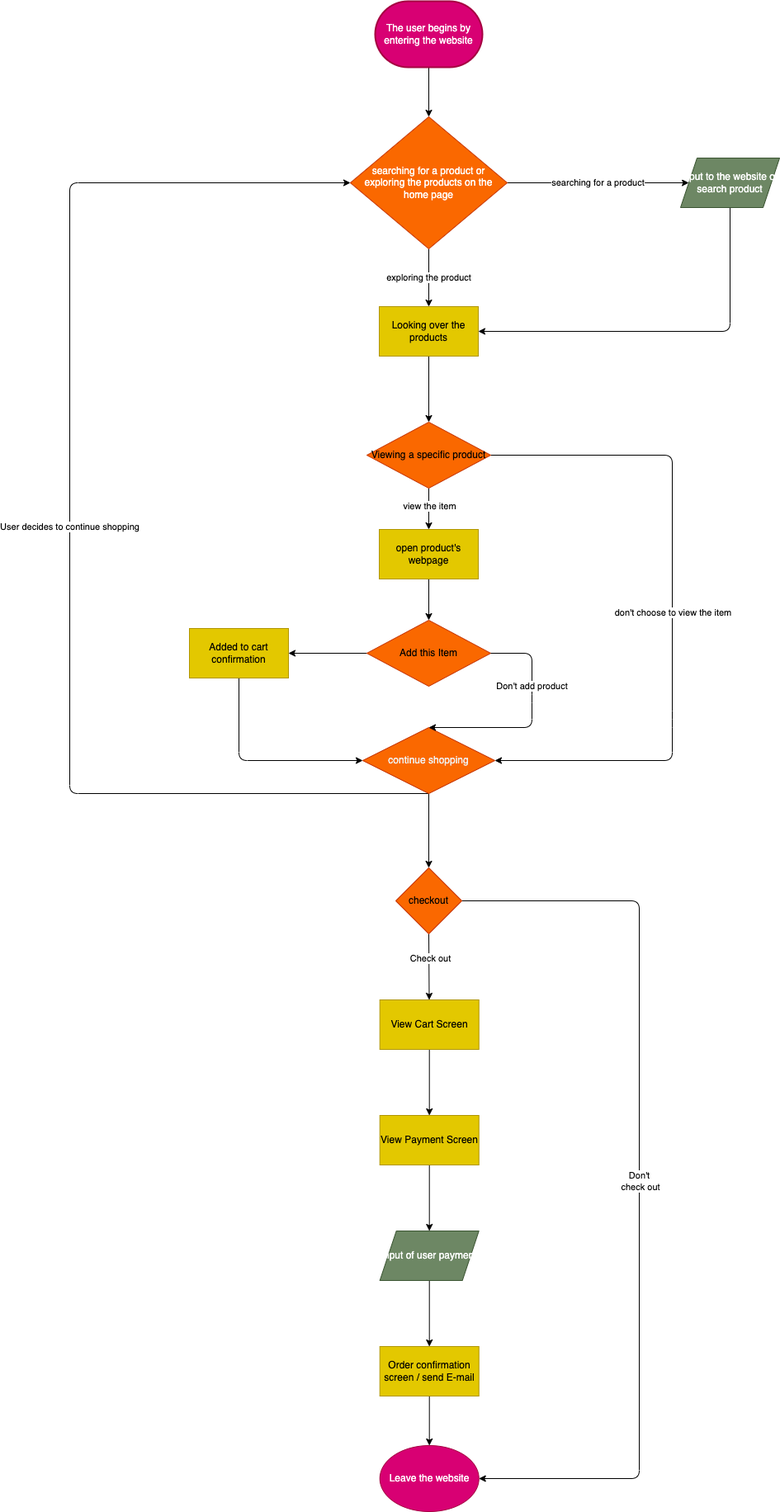
Earlier version of the draw.io export explore/diagramming/diagram.drawio.png (JongminKim292/fa22-cse110-lab4). Source tidied: cells renumbered, new cells last; positions are measured from the earlier drawing's top-left corner, leaving out a move shared by most shapes. The source it was exported from:
```xml
<mxGraphModel>
  <root>
    <mxCell id="0" />
    <mxCell id="1" parent="0" />
    <mxCell id="2" style="edgeStyle=none;html=1;" parent="1" edge="1" source="3" target="6">
      <mxGeometry relative="1" as="geometry" />
    </mxCell>
    <mxCell id="3" value="The user begins by entering the website" style="strokeWidth=2;html=1;shape=mxgraph.flowchart.terminator;whiteSpace=wrap;fillColor=#d80073;fontColor=#ffffff;strokeColor=#A50040;" parent="1" vertex="1">
      <mxGeometry x="370" width="130" height="80" as="geometry" />
    </mxCell>
    <mxCell id="4" value="searching for a product" style="edgeStyle=none;html=1;" parent="1" edge="1" source="6">
      <mxGeometry relative="1" as="geometry">
        <mxPoint x="750" y="220" as="targetPoint" />
      </mxGeometry>
    </mxCell>
    <mxCell id="5" value="exploring the product" style="edgeStyle=none;html=1;" parent="1" edge="1" source="6" target="10">
      <mxGeometry relative="1" as="geometry" />
    </mxCell>
    <mxCell id="6" value="&lt;span style=&quot;font-family: &amp;#34;helvetica&amp;#34; ; font-size: 12px ; font-style: normal ; font-weight: 400 ; letter-spacing: normal ; text-align: center ; text-indent: 0px ; text-transform: none ; word-spacing: 0px ; display: inline ; float: none&quot;&gt;&lt;font color=&quot;#ffffff&quot;&gt;searching for a product or exploring the products on the home page&lt;/font&gt;&lt;/span&gt;" style="rhombus;whiteSpace=wrap;html=1;fillColor=#fa6800;fontColor=#000000;strokeColor=#C73500;" parent="1" vertex="1">
      <mxGeometry x="340" y="140" width="190" height="160" as="geometry" />
    </mxCell>
    <mxCell id="7" style="edgeStyle=none;html=1;exitX=0.5;exitY=1;exitDx=0;exitDy=0;entryX=1;entryY=0.5;entryDx=0;entryDy=0;" parent="1" edge="1" source="8" target="10">
      <mxGeometry relative="1" as="geometry">
        <Array as="points">
          <mxPoint x="800" y="400" />
        </Array>
      </mxGeometry>
    </mxCell>
    <mxCell id="8" value="input to the website of search product" style="shape=parallelogram;perimeter=parallelogramPerimeter;whiteSpace=wrap;html=1;fixedSize=1;fillColor=#6d8764;fontColor=#ffffff;strokeColor=#3A5431;" parent="1" vertex="1">
      <mxGeometry x="740" y="190" width="120" height="60" as="geometry" />
    </mxCell>
    <mxCell id="9" style="edgeStyle=none;html=1;" parent="1" edge="1" source="10" target="15">
      <mxGeometry relative="1" as="geometry" />
    </mxCell>
    <mxCell id="10" value="Looking over the products" style="rounded=0;whiteSpace=wrap;html=1;fillColor=#e3c800;fontColor=#000000;strokeColor=#B09500;" parent="1" vertex="1">
      <mxGeometry x="375" y="370" width="120" height="60" as="geometry" />
    </mxCell>
    <mxCell id="11" style="edgeStyle=none;html=1;exitX=1;exitY=0.5;exitDx=0;exitDy=0;entryX=1;entryY=0.5;entryDx=0;entryDy=0;" parent="1" edge="1" source="15" target="18">
      <mxGeometry relative="1" as="geometry">
        <Array as="points">
          <mxPoint x="730" y="550" />
          <mxPoint x="730" y="870" />
          <mxPoint x="730" y="920" />
        </Array>
      </mxGeometry>
    </mxCell>
    <mxCell id="12" value="don't choose to view the item&lt;br&gt;" style="edgeLabel;html=1;align=center;verticalAlign=middle;" parent="11" vertex="1">
      <mxGeometry x="-0.82" relative="1" as="geometry">
        <mxPoint x="149" y="190" as="offset" />
      </mxGeometry>
    </mxCell>
    <mxCell id="13" style="edgeStyle=none;html=1;" parent="1" edge="1" source="15" target="23">
      <mxGeometry relative="1" as="geometry" />
    </mxCell>
    <mxCell id="14" value="view the item" style="edgeLabel;html=1;align=center;verticalAlign=middle;" parent="13" vertex="1">
      <mxGeometry x="-0.16" relative="1" as="geometry" />
    </mxCell>
    <mxCell id="15" value="Viewing a specific product" style="rhombus;whiteSpace=wrap;html=1;fillColor=#fa6800;fontColor=#000000;strokeColor=#C73500;" parent="1" vertex="1">
      <mxGeometry x="360" y="510" width="150" height="80" as="geometry" />
    </mxCell>
    <mxCell id="16" value="User decides to continue shopping" style="edgeStyle=none;html=1;exitX=0.5;exitY=1;exitDx=0;exitDy=0;entryX=0;entryY=0.5;entryDx=0;entryDy=0;" parent="1" edge="1" source="18" target="6">
      <mxGeometry relative="1" as="geometry">
        <Array as="points">
          <mxPoint y="960" />
          <mxPoint y="220" />
        </Array>
      </mxGeometry>
    </mxCell>
    <mxCell id="17" style="edgeStyle=none;html=1;" parent="1" edge="1" source="18">
      <mxGeometry relative="1" as="geometry">
        <mxPoint x="435" y="1050" as="targetPoint" />
      </mxGeometry>
    </mxCell>
    <mxCell id="18" value="&lt;span style=&quot;color: rgb(240 , 240 , 240) ; font-family: &amp;#34;helvetica&amp;#34; ; font-size: 12px ; font-style: normal ; font-weight: 400 ; letter-spacing: normal ; text-align: center ; text-indent: 0px ; text-transform: none ; word-spacing: 0px ; display: inline ; float: none&quot;&gt;continue shopping&lt;/span&gt;" style="rhombus;whiteSpace=wrap;html=1;fillColor=#fa6800;fontColor=#000000;strokeColor=#C73500;" parent="1" vertex="1">
      <mxGeometry x="355" y="880" width="160" height="80" as="geometry" />
    </mxCell>
    <mxCell id="19" style="edgeStyle=none;html=1;" parent="1" edge="1" source="20" target="25">
      <mxGeometry relative="1" as="geometry" />
    </mxCell>
    <mxCell id="20" value="Add this Item" style="rhombus;whiteSpace=wrap;html=1;fillColor=#fa6800;fontColor=#000000;strokeColor=#C73500;" parent="1" vertex="1">
      <mxGeometry x="360" y="750" width="150" height="80" as="geometry" />
    </mxCell>
    <mxCell id="21" value="Don't add product" style="endArrow=classic;html=1;exitX=1;exitY=0.5;exitDx=0;exitDy=0;entryX=0.5;entryY=0;entryDx=0;entryDy=0;" parent="1" edge="1" source="20" target="18">
      <mxGeometry x="-0.32" relative="1" as="geometry">
        <Array as="points">
          <mxPoint x="560" y="790" />
          <mxPoint x="560" y="840" />
          <mxPoint x="560" y="880" />
        </Array>
      </mxGeometry>
    </mxCell>
    <mxCell id="22" style="edgeStyle=none;html=1;" parent="1" edge="1" source="23" target="20">
      <mxGeometry relative="1" as="geometry" />
    </mxCell>
    <mxCell id="23" value="open product's webpage" style="rounded=0;whiteSpace=wrap;html=1;fillColor=#e3c800;fontColor=#000000;strokeColor=#B09500;" parent="1" vertex="1">
      <mxGeometry x="375" y="640" width="120" height="60" as="geometry" />
    </mxCell>
    <mxCell id="24" style="edgeStyle=none;html=1;exitX=0.5;exitY=1;exitDx=0;exitDy=0;" parent="1" edge="1" source="25" target="18">
      <mxGeometry relative="1" as="geometry">
        <Array as="points">
          <mxPoint x="205" y="920" />
        </Array>
      </mxGeometry>
    </mxCell>
    <mxCell id="25" value="Added to cart confirmation" style="whiteSpace=wrap;html=1;fillColor=#e3c800;fontColor=#000000;strokeColor=#B09500;" parent="1" vertex="1">
      <mxGeometry x="145" y="760" width="120" height="60" as="geometry" />
    </mxCell>
    <mxCell id="26" style="edgeStyle=none;html=1;exitX=0.5;exitY=1;exitDx=0;exitDy=0;" parent="1" edge="1" source="29" target="31">
      <mxGeometry relative="1" as="geometry" />
    </mxCell>
    <mxCell id="27" value="Check out" style="edgeLabel;html=1;align=center;verticalAlign=middle;" parent="26" vertex="1">
      <mxGeometry x="-0.25" y="1" relative="1" as="geometry" />
    </mxCell>
    <mxCell id="28" value="Don't&lt;br&gt;&amp;nbsp;check out" style="edgeStyle=none;html=1;exitX=1;exitY=0.5;exitDx=0;exitDy=0;entryX=1;entryY=0.5;entryDx=0;entryDy=0;" parent="1" edge="1" source="29" target="38">
      <mxGeometry relative="1" as="geometry">
        <Array as="points">
          <mxPoint x="690" y="1090" />
          <mxPoint x="690" y="1790" />
        </Array>
      </mxGeometry>
    </mxCell>
    <mxCell id="29" value="checkout" style="rhombus;whiteSpace=wrap;html=1;fillColor=#fa6800;fontColor=#000000;strokeColor=#C73500;" parent="1" vertex="1">
      <mxGeometry x="395" y="1050" width="80" height="80" as="geometry" />
    </mxCell>
    <mxCell id="30" style="edgeStyle=none;html=1;" parent="1" edge="1" source="31" target="33">
      <mxGeometry relative="1" as="geometry" />
    </mxCell>
    <mxCell id="31" value="View Cart Screen" style="rounded=0;whiteSpace=wrap;html=1;fillColor=#e3c800;fontColor=#000000;strokeColor=#B09500;" parent="1" vertex="1">
      <mxGeometry x="375.7" y="1210" width="120" height="60" as="geometry" />
    </mxCell>
    <mxCell id="32" style="edgeStyle=none;html=1;" parent="1" edge="1" source="33" target="35">
      <mxGeometry relative="1" as="geometry" />
    </mxCell>
    <mxCell id="33" value="View Payment Screen" style="whiteSpace=wrap;html=1;rounded=0;fillColor=#e3c800;fontColor=#000000;strokeColor=#B09500;" parent="1" vertex="1">
      <mxGeometry x="375.7" y="1350" width="120" height="60" as="geometry" />
    </mxCell>
    <mxCell id="34" style="edgeStyle=none;html=1;" parent="1" edge="1" source="35" target="37">
      <mxGeometry relative="1" as="geometry" />
    </mxCell>
    <mxCell id="35" value="input of user payment" style="shape=parallelogram;perimeter=parallelogramPerimeter;whiteSpace=wrap;html=1;fixedSize=1;rounded=0;fillColor=#6d8764;fontColor=#ffffff;strokeColor=#3A5431;" parent="1" vertex="1">
      <mxGeometry x="375.7" y="1490" width="120" height="60" as="geometry" />
    </mxCell>
    <mxCell id="36" style="edgeStyle=none;html=1;exitX=0.5;exitY=1;exitDx=0;exitDy=0;" parent="1" edge="1" source="37" target="38">
      <mxGeometry relative="1" as="geometry" />
    </mxCell>
    <mxCell id="37" value="Order confirmation screen / send E-mail" style="whiteSpace=wrap;html=1;rounded=0;fillColor=#e3c800;fontColor=#000000;strokeColor=#B09500;" parent="1" vertex="1">
      <mxGeometry x="375.7" y="1630" width="120" height="60" as="geometry" />
    </mxCell>
    <mxCell id="38" value="Leave the website" style="ellipse;whiteSpace=wrap;html=1;fillColor=#d80073;fontColor=#ffffff;strokeColor=#A50040;" parent="1" vertex="1">
      <mxGeometry x="375.7" y="1750" width="120" height="80" as="geometry" />
    </mxCell>
  </root>
</mxGraphModel>
```
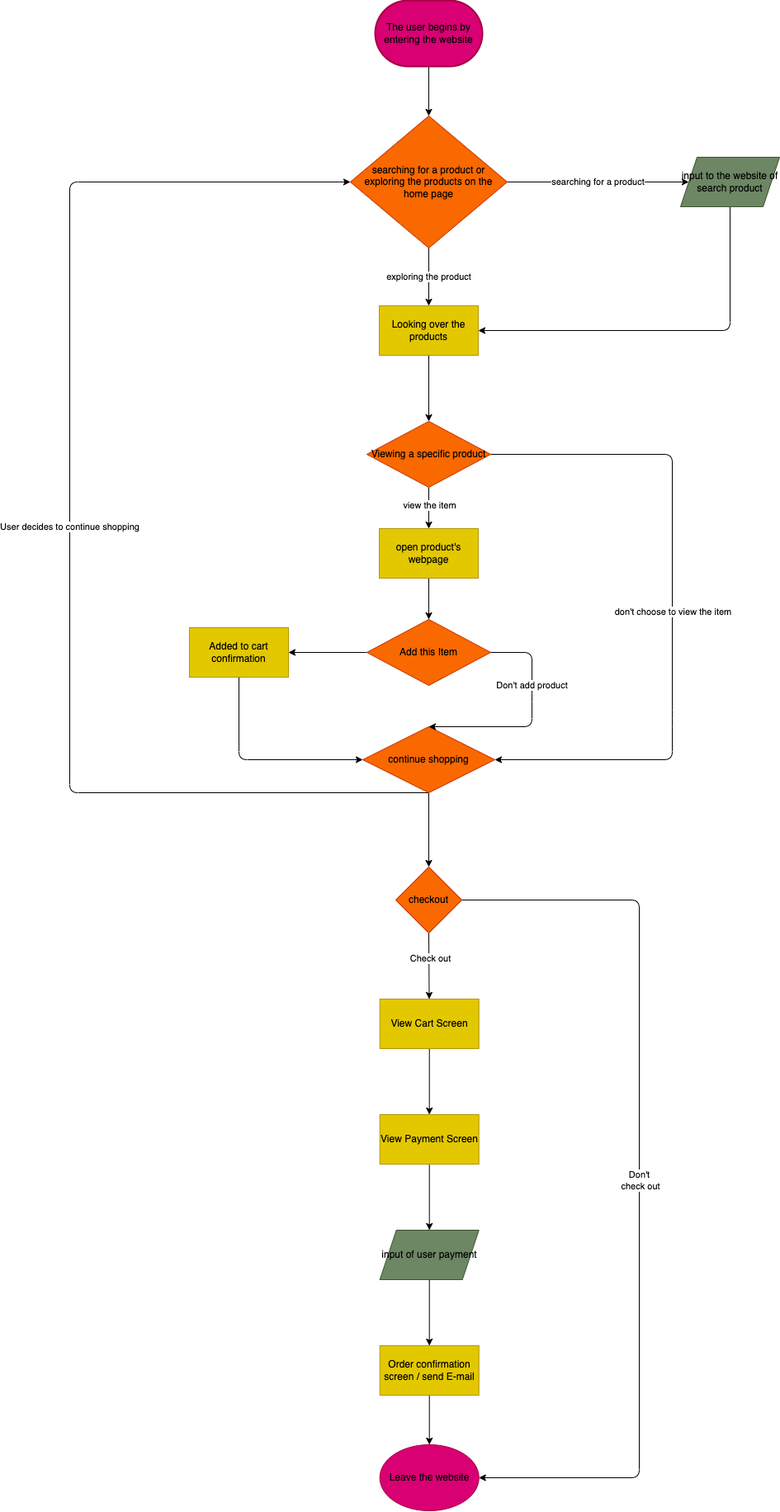
The same file after the commit.

Change to the diagram source:
```diff
@@ -5,7 +5,7 @@
     <mxCell id="2" style="edgeStyle=none;html=1;" parent="1" edge="1" source="3" target="6">
       <mxGeometry relative="1" as="geometry" />
     </mxCell>
-    <mxCell id="3" value="The user begins by entering the website" style="strokeWidth=2;html=1;shape=mxgraph.flowchart.terminator;whiteSpace=wrap;fillColor=#d80073;fontColor=#ffffff;strokeColor=#A50040;" parent="1" vertex="1">
+    <mxCell id="3" value="&lt;font color=&quot;#000000&quot;&gt;The user begins by entering the website&lt;/font&gt;" style="strokeWidth=2;html=1;shape=mxgraph.flowchart.terminator;whiteSpace=wrap;fillColor=#d80073;fontColor=#ffffff;strokeColor=#A50040;" parent="1" vertex="1">
       <mxGeometry x="370" width="130" height="80" as="geometry" />
     </mxCell>
     <mxCell id="4" value="searching for a product" style="edgeStyle=none;html=1;" parent="1" edge="1" source="6">
@@ -16,7 +16,7 @@
     <mxCell id="5" value="exploring the product" style="edgeStyle=none;html=1;" parent="1" edge="1" source="6" target="10">
       <mxGeometry relative="1" as="geometry" />
     </mxCell>
-    <mxCell id="6" value="&lt;span style=&quot;font-family: &amp;#34;helvetica&amp;#34; ; font-size: 12px ; font-style: normal ; font-weight: 400 ; letter-spacing: normal ; text-align: center ; text-indent: 0px ; text-transform: none ; word-spacing: 0px ; display: inline ; float: none&quot;&gt;&lt;font color=&quot;#ffffff&quot;&gt;searching for a product or exploring the products on the home page&lt;/font&gt;&lt;/span&gt;" style="rhombus;whiteSpace=wrap;html=1;fillColor=#fa6800;fontColor=#000000;strokeColor=#C73500;" parent="1" vertex="1">
+    <mxCell id="6" value="&lt;span style=&quot;font-family: &amp;#34;helvetica&amp;#34; ; font-size: 12px ; font-style: normal ; font-weight: 400 ; letter-spacing: normal ; text-align: center ; text-indent: 0px ; text-transform: none ; word-spacing: 0px ; display: inline ; float: none&quot;&gt;searching for a product or exploring the products on the home page&lt;/span&gt;" style="rhombus;whiteSpace=wrap;html=1;fillColor=#fa6800;fontColor=#000000;strokeColor=#C73500;" parent="1" vertex="1">
       <mxGeometry x="340" y="140" width="190" height="160" as="geometry" />
     </mxCell>
     <mxCell id="7" style="edgeStyle=none;html=1;exitX=0.5;exitY=1;exitDx=0;exitDy=0;entryX=1;entryY=0.5;entryDx=0;entryDy=0;" parent="1" edge="1" source="8" target="10">
@@ -26,7 +26,7 @@
         </Array>
       </mxGeometry>
     </mxCell>
-    <mxCell id="8" value="input to the website of search product" style="shape=parallelogram;perimeter=parallelogramPerimeter;whiteSpace=wrap;html=1;fixedSize=1;fillColor=#6d8764;fontColor=#ffffff;strokeColor=#3A5431;" parent="1" vertex="1">
+    <mxCell id="8" value="&lt;font color=&quot;#000000&quot;&gt;input to the website of search product&lt;/font&gt;" style="shape=parallelogram;perimeter=parallelogramPerimeter;whiteSpace=wrap;html=1;fixedSize=1;fillColor=#6d8764;fontColor=#ffffff;strokeColor=#3A5431;" parent="1" vertex="1">
       <mxGeometry x="740" y="190" width="120" height="60" as="geometry" />
     </mxCell>
     <mxCell id="9" style="edgeStyle=none;html=1;" parent="1" edge="1" source="10" target="15">
@@ -71,7 +71,7 @@
         <mxPoint x="435" y="1050" as="targetPoint" />
       </mxGeometry>
     </mxCell>
-    <mxCell id="18" value="&lt;span style=&quot;color: rgb(240 , 240 , 240) ; font-family: &amp;#34;helvetica&amp;#34; ; font-size: 12px ; font-style: normal ; font-weight: 400 ; letter-spacing: normal ; text-align: center ; text-indent: 0px ; text-transform: none ; word-spacing: 0px ; display: inline ; float: none&quot;&gt;continue shopping&lt;/span&gt;" style="rhombus;whiteSpace=wrap;html=1;fillColor=#fa6800;fontColor=#000000;strokeColor=#C73500;" parent="1" vertex="1">
+    <mxCell id="18" value="&lt;span style=&quot;font-family: &amp;#34;helvetica&amp;#34; ; font-size: 12px ; font-style: normal ; font-weight: 400 ; letter-spacing: normal ; text-align: center ; text-indent: 0px ; text-transform: none ; word-spacing: 0px ; display: inline ; float: none&quot;&gt;continue shopping&lt;/span&gt;" style="rhombus;whiteSpace=wrap;html=1;fillColor=#fa6800;fontColor=#000000;strokeColor=#C73500;" parent="1" vertex="1">
       <mxGeometry x="355" y="880" width="160" height="80" as="geometry" />
     </mxCell>
     <mxCell id="19" style="edgeStyle=none;html=1;" parent="1" edge="1" source="20" target="25">
@@ -137,7 +137,7 @@
     <mxCell id="34" style="edgeStyle=none;html=1;" parent="1" edge="1" source="35" target="37">
       <mxGeometry relative="1" as="geometry" />
     </mxCell>
-    <mxCell id="35" value="input of user payment" style="shape=parallelogram;perimeter=parallelogramPerimeter;whiteSpace=wrap;html=1;fixedSize=1;rounded=0;fillColor=#6d8764;fontColor=#ffffff;strokeColor=#3A5431;" parent="1" vertex="1">
+    <mxCell id="35" value="&lt;font color=&quot;#000000&quot;&gt;input of user payment&lt;/font&gt;" style="shape=parallelogram;perimeter=parallelogramPerimeter;whiteSpace=wrap;html=1;fixedSize=1;rounded=0;fillColor=#6d8764;fontColor=#ffffff;strokeColor=#3A5431;" parent="1" vertex="1">
       <mxGeometry x="375.7" y="1490" width="120" height="60" as="geometry" />
     </mxCell>
     <mxCell id="36" style="edgeStyle=none;html=1;exitX=0.5;exitY=1;exitDx=0;exitDy=0;" parent="1" edge="1" source="37" target="38">
@@ -146,7 +146,7 @@
     <mxCell id="37" value="Order confirmation screen / send E-mail" style="whiteSpace=wrap;html=1;rounded=0;fillColor=#e3c800;fontColor=#000000;strokeColor=#B09500;" parent="1" vertex="1">
       <mxGeometry x="375.7" y="1630" width="120" height="60" as="geometry" />
     </mxCell>
-    <mxCell id="38" value="Leave the website" style="ellipse;whiteSpace=wrap;html=1;fillColor=#d80073;fontColor=#ffffff;strokeColor=#A50040;" parent="1" vertex="1">
+    <mxCell id="38" value="&lt;font color=&quot;#000000&quot;&gt;Leave the website&lt;/font&gt;" style="ellipse;whiteSpace=wrap;html=1;fillColor=#d80073;fontColor=#ffffff;strokeColor=#A50040;" parent="1" vertex="1">
       <mxGeometry x="375.7" y="1750" width="120" height="80" as="geometry" />
     </mxCell>
   </root>
```
